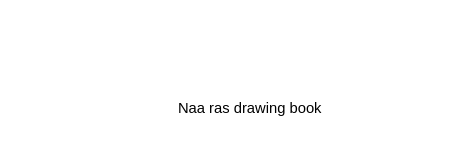
Earlier version of the draw.io diagram page "5.2" (2 of 3) of Lab Exercise 3.1/labE5.drawio (barrosaur/first-year-cpe-lab). Source tidied: cells renumbered, new cells numbered last; positions are measured from the earlier drawing's top-left corner, leaving out a move shared by most shapes. Both pictures are drawn from the tidied source at 123%, with x=0, y=0 at pixel (71, 96).
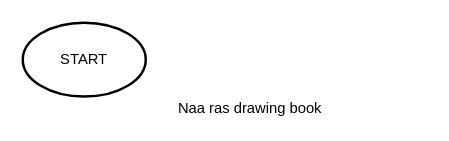
The same page after the edit.

Diff of the diagram source:
```diff
@@
 <mxGraphModel>
   <root>
     <mxCell id="0" />
     <mxCell id="1" parent="0" />
     <mxCell id="2" value="Naa ras drawing book" style="text;html=1;align=center;verticalAlign=middle;whiteSpace=wrap;rounded=0;" parent="1" vertex="1">
       <mxGeometry width="290" height="20" as="geometry" />
     </mxCell>
+    <mxCell id="3" value="START" style="strokeWidth=2;html=1;shape=mxgraph.flowchart.start_1;whiteSpace=wrap;" parent="1" vertex="1">
+      <mxGeometry x="-40" y="-60" width="100" height="60" as="geometry" />
+    </mxCell>
   </root>
 </mxGraphModel>
```
